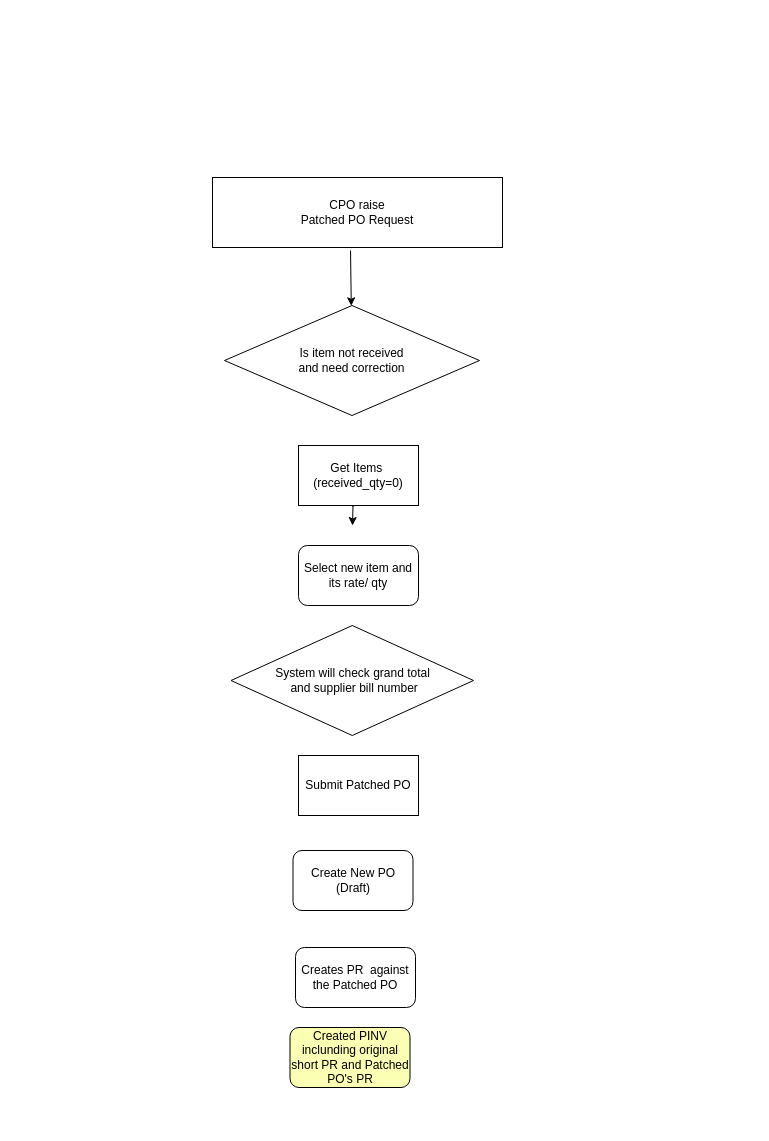
The draw.io diagram Untitled Diagram.drawio in dstechnology/sbk_crm, before the edit. Source tidied: cells renumbered, new cells numbered last; positions are measured from the earlier drawing's top-left corner, leaving out a move shared by most shapes. Both pictures are drawn from the tidied source at 100%, with x=0, y=0 at pixel (212, 177).
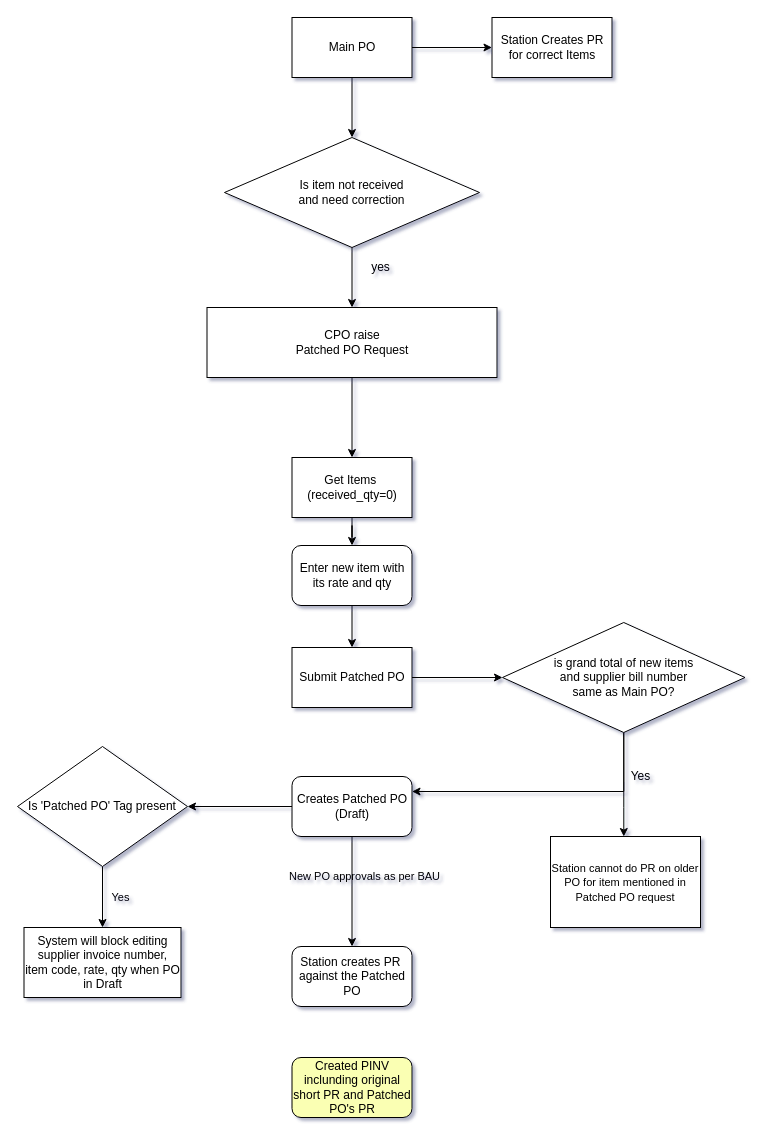
The same page after the edit.

The edit, as a diff of the source:
```diff
@@
-<mxGraphModel>
+<mxGraphModel background="#FFFFFF" shadow="1">
@@
-    <mxCell id="2" style="edgeStyle=orthogonalEdgeStyle;rounded=0;orthogonalLoop=1;jettySize=auto;html=1;" parent="1" edge="1">
-      <mxGeometry relative="1" as="geometry">
-        <mxPoint x="140" y="308" as="sourcePoint" />
-        <mxPoint x="140" y="348" as="targetPoint" />
-      </mxGeometry>
-    </mxCell>
@@
+    <mxCell id="15" style="edgeStyle=orthogonalEdgeStyle;rounded=0;jettySize=auto;html=1;" parent="1" edge="1" source="4" target="10">
+      <mxGeometry relative="1" as="geometry" />
+    </mxCell>
     <mxCell id="4" value="Submit Patched PO&lt;br&gt;" style="whiteSpace=wrap;html=1;rounded=0;" parent="1" vertex="1">
-      <mxGeometry x="86" y="578" width="120" height="60" as="geometry" />
+      <mxGeometry x="79.5" y="470" width="120" height="60" as="geometry" />
     </mxCell>
+    <mxCell id="16" style="edgeStyle=orthogonalEdgeStyle;rounded=0;jettySize=auto;html=1;" parent="1" edge="1" source="5" target="7">
+      <mxGeometry relative="1" as="geometry" />
+    </mxCell>
     <mxCell id="5" value="&lt;span&gt;CPO raise &lt;br&gt;Patched PO Request&lt;/span&gt;" style="whiteSpace=wrap;html=1;rounded=0;" parent="1" vertex="1">
-      <mxGeometry width="290" height="70" as="geometry" />
+      <mxGeometry x="-5.5" y="130" width="290" height="70" as="geometry" />
     </mxCell>
@@
+    <mxCell id="17" style="edgeStyle=orthogonalEdgeStyle;rounded=0;jettySize=auto;html=1;" parent="1" edge="1" source="7" target="9">
+      <mxGeometry relative="1" as="geometry" />
+    </mxCell>
     <mxCell id="7" value="&amp;nbsp;Get Items&amp;nbsp;&amp;nbsp;&lt;br&gt;(received_qty=0)" style="whiteSpace=wrap;html=1;rounded=0;" parent="1" vertex="1">
-      <mxGeometry x="86" y="268" width="120" height="60" as="geometry" />
+      <mxGeometry x="79.5" y="280" width="120" height="60" as="geometry" />
     </mxCell>
+    <mxCell id="18" style="edgeStyle=orthogonalEdgeStyle;rounded=0;jettySize=auto;html=1;" parent="1" edge="1" source="8" target="5">
+      <mxGeometry relative="1" as="geometry" />
+    </mxCell>
     <mxCell id="8" value="Is item not received &lt;br&gt;and need correction&lt;br&gt;" style="rhombus;whiteSpace=wrap;html=1;" parent="1" vertex="1">
-      <mxGeometry x="12" y="128" width="255" height="110" as="geometry" />
+      <mxGeometry x="12" y="-40" width="255" height="110" as="geometry" />
     </mxCell>
+    <mxCell id="19" style="edgeStyle=orthogonalEdgeStyle;rounded=0;jettySize=auto;html=1;" parent="1" edge="1" source="9" target="4">
+      <mxGeometry relative="1" as="geometry" />
+    </mxCell>
-    <mxCell id="9" value="Select new item and its rate/ qty&lt;br&gt;" style="rounded=1;whiteSpace=wrap;html=1;" parent="1" vertex="1">
-      <mxGeometry x="86" y="368" width="120" height="60" as="geometry" />
+    <mxCell id="9" value="Enter new item with its rate and qty" style="rounded=1;whiteSpace=wrap;html=1;" parent="1" vertex="1">
+      <mxGeometry x="79.5" y="368" width="120" height="60" as="geometry" />
     </mxCell>
+    <mxCell id="20" style="edgeStyle=orthogonalEdgeStyle;rounded=0;jettySize=auto;html=1;entryX=1;entryY=0.25;entryDx=0;entryDy=0;exitX=0.5;exitY=1;exitDx=0;exitDy=0;" parent="1" edge="1" source="10" target="11">
+      <mxGeometry relative="1" as="geometry">
+        <Array as="points">
+          <mxPoint x="411" y="614" />
+        </Array>
+      </mxGeometry>
+    </mxCell>
+    <mxCell id="21" style="edgeStyle=orthogonalEdgeStyle;rounded=0;jettySize=auto;html=1;" parent="1" edge="1" source="10" target="28">
+      <mxGeometry relative="1" as="geometry">
+        <Array as="points">
+          <mxPoint x="411" y="630" />
+          <mxPoint x="411" y="630" />
+        </Array>
+      </mxGeometry>
+    </mxCell>
-    <mxCell id="10" value="System will check grand total&lt;br&gt;&amp;nbsp;and supplier bill number" style="rhombus;whiteSpace=wrap;html=1;" parent="1" vertex="1">
-      <mxGeometry x="18.5" y="448" width="242.5" height="110" as="geometry" />
+    <mxCell id="10" value="is grand total of new items&lt;br&gt;&amp;nbsp;and supplier bill number&amp;nbsp;&lt;br&gt;same as Main PO?" style="rhombus;whiteSpace=wrap;html=1;" parent="1" vertex="1">
+      <mxGeometry x="290" y="445" width="242.5" height="110" as="geometry" />
     </mxCell>
+    <mxCell id="22" style="edgeStyle=orthogonalEdgeStyle;rounded=0;jettySize=auto;html=1;" parent="1" edge="1" source="11" target="12">
+      <mxGeometry relative="1" as="geometry" />
+    </mxCell>
+    <mxCell id="23" style="edgeStyle=orthogonalEdgeStyle;rounded=0;jettySize=auto;html=1;fontSize=11;" parent="1" edge="1" source="11" target="27">
+      <mxGeometry relative="1" as="geometry" />
+    </mxCell>
-    <mxCell id="11" value="Create New PO (Draft)&lt;br&gt;" style="rounded=1;whiteSpace=wrap;html=1;" parent="1" vertex="1">
-      <mxGeometry x="80.5" y="673" width="120" height="60" as="geometry" />
+    <mxCell id="11" value="Creates Patched PO (Draft)" style="rounded=1;whiteSpace=wrap;html=1;" parent="1" vertex="1">
+      <mxGeometry x="79.5" y="599" width="120" height="60" as="geometry" />
     </mxCell>
-    <mxCell id="12" value="Creates PR&amp;nbsp; against the Patched PO" style="rounded=1;whiteSpace=wrap;html=1;" parent="1" vertex="1">
-      <mxGeometry x="83" y="770" width="120" height="60" as="geometry" />
+    <mxCell id="12" value="Station creates PR&amp;nbsp; against the Patched PO" style="rounded=1;whiteSpace=wrap;html=1;" parent="1" vertex="1">
+      <mxGeometry x="79.5" y="769" width="120" height="60" as="geometry" />
     </mxCell>
     <mxCell id="13" value="Created PINV inclunding original short PR and Patched PO's PR" style="rounded=1;whiteSpace=wrap;html=1;fillColor=#FAFFB3;" parent="1" vertex="1">
-      <mxGeometry x="77.5" y="850" width="120" height="60" as="geometry" />
+      <mxGeometry x="79.5" y="880" width="120" height="60" as="geometry" />
     </mxCell>
-    <mxCell id="14" style="endArrow=classic;html=1;rounded=0;exitX=0.476;exitY=1.043;exitDx=0;exitDy=0;exitPerimeter=0;" parent="1" edge="1" source="5" target="8">
-      <mxGeometry relative="1" as="geometry" />
-    </mxCell>
+    <mxCell id="24" value="Yes" style="text;html=1;align=center;verticalAlign=middle;strokeColor=none;fillColor=none;" parent="1" vertex="1">
+      <mxGeometry x="408" y="589" width="40" height="20" as="geometry" />
+    </mxCell>
+    <mxCell id="25" value="System will block editing supplier invoice number, item code, rate, qty when PO in Draft" style="rounded=0;whiteSpace=wrap;html=1;" parent="1" vertex="1">
+      <mxGeometry x="-188.5" y="750" width="157" height="70" as="geometry" />
+    </mxCell>
+    <mxCell id="26" style="edgeStyle=orthogonalEdgeStyle;rounded=0;jettySize=auto;html=1;fontSize=11;" parent="1" edge="1" source="27" target="25">
+      <mxGeometry relative="1" as="geometry" />
+    </mxCell>
+    <mxCell id="27" value="Is 'Patched PO' Tag present" style="rhombus;whiteSpace=wrap;html=1;" parent="1" vertex="1">
+      <mxGeometry x="-195" y="569" width="170" height="120" as="geometry" />
+    </mxCell>
+    <mxCell id="28" value="&lt;span style=&quot;font-family: &amp;#34;arial&amp;#34;&quot;&gt;&lt;font style=&quot;font-size: 11px&quot;&gt;Station cannot do PR on older PO for item mentioned in Patched PO request&lt;/font&gt;&lt;/span&gt;" style="rounded=0;whiteSpace=wrap;html=1;" parent="1" vertex="1">
+      <mxGeometry x="338" y="659" width="150" height="91" as="geometry" />
+    </mxCell>
+    <mxCell id="29" style="edgeStyle=orthogonalEdgeStyle;rounded=0;jettySize=auto;html=1;" parent="1" edge="1" source="31" target="8">
+      <mxGeometry relative="1" as="geometry" />
+    </mxCell>
+    <mxCell id="30" style="edgeStyle=orthogonalEdgeStyle;rounded=0;jettySize=auto;html=1;" parent="1" edge="1" source="31" target="33">
+      <mxGeometry relative="1" as="geometry" />
+    </mxCell>
+    <mxCell id="31" value="Main PO" style="whiteSpace=wrap;html=1;" parent="1" vertex="1">
+      <mxGeometry x="79.5" y="-160" width="120" height="60" as="geometry" />
+    </mxCell>
+    <mxCell id="32" value="yes" style="text;html=1;align=center;verticalAlign=middle;strokeColor=none;fillColor=none;" parent="1" vertex="1">
+      <mxGeometry x="153" y="80" width="30" height="20" as="geometry" />
+    </mxCell>
+    <mxCell id="33" value="Station Creates PR for correct Items" style="whiteSpace=wrap;html=1;" parent="1" vertex="1">
+      <mxGeometry x="279.5" y="-160" width="120" height="60" as="geometry" />
+    </mxCell>
+    <mxCell id="34" style="text;html=1;align=center;verticalAlign=middle;strokeColor=none;fillColor=none;" parent="1" vertex="1">
+      <mxGeometry x="148" y="710" width="20" height="20" as="geometry" />
+    </mxCell>
+    <mxCell id="35" value="&lt;span style=&quot;font-family: &amp;#34;arial&amp;#34;&quot;&gt;&lt;font style=&quot;font-size: 11px&quot;&gt;New PO approvals as per BAU&lt;/font&gt;&lt;/span&gt;" style="text;html=1;align=center;verticalAlign=middle;strokeColor=none;fillColor=none;" parent="1" vertex="1">
+      <mxGeometry x="67" y="689" width="170" height="20" as="geometry" />
+    </mxCell>
+    <mxCell id="36" value="Yes" style="text;html=1;align=center;verticalAlign=middle;strokeColor=none;fillColor=none;fontSize=11;" parent="1" vertex="1">
+      <mxGeometry x="-107" y="710" width="30" height="20" as="geometry" />
+    </mxCell>
```
